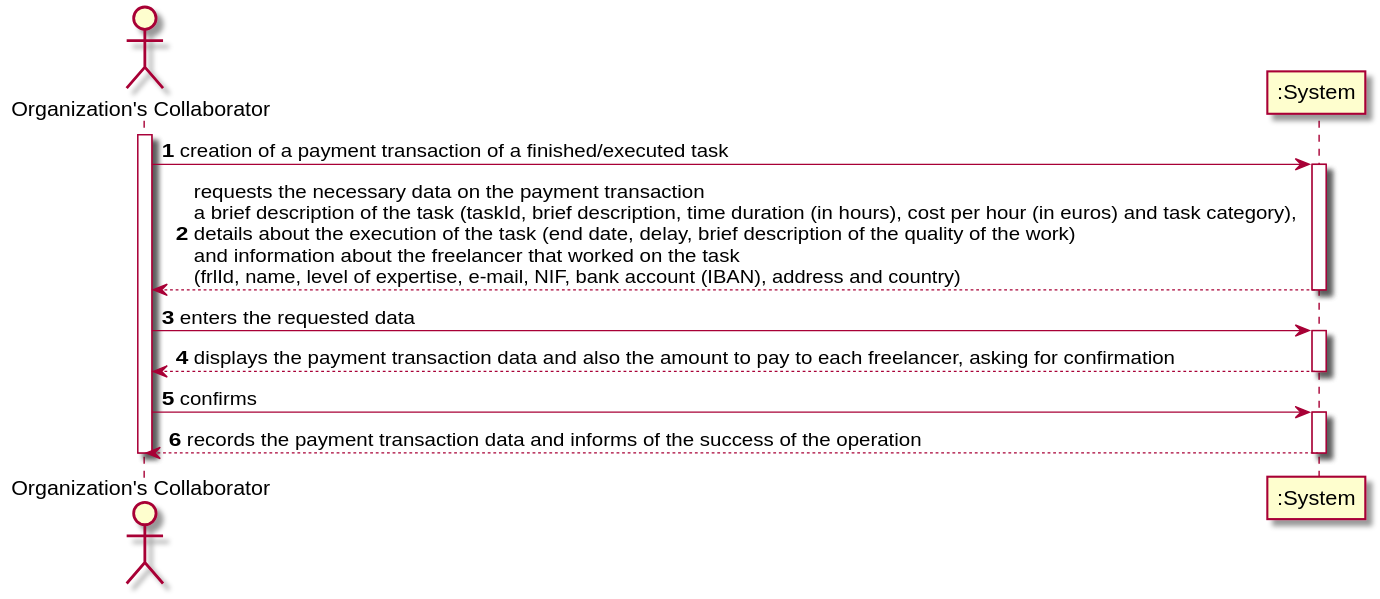
The PlantUML diagram docs/UC3 - Create Payment Transaction/UC3_SSD.svg in pedrolemos4/LAPR2, before a commit. The source it was exported from:
```plantuml
@startuml
autonumber
actor "Organization's Collaborator" as OC

activate OC
OC -> ":System" : creation of a payment transaction of a finished/executed task
activate ":System"
":System" --> OC : requests the necessary data on the payment transaction\na brief description of the task (taskId, brief description, time duration (in hours), cost per hour (in euros) and task category), \ndetails about the execution of the task (end date, delay, brief description of the quality of the work)\nand information about the freelancer that worked on the task \n(frlId, name, level of expertise, e-mail, NIF, bank account (IBAN), address and country)
deactivate ":System"

OC -> ":System" : enters the requested data
activate ":System"
":System" --> OC : displays the payment transaction data and also the amount to pay to each freelancer, asking for confirmation
deactivate ":System"

OC -> ":System" : confirms
activate ":System"
":System" --> OC : records the payment transaction data and informs of the success of the operation
deactivate ":System"

deactivate OC
@enduml
```
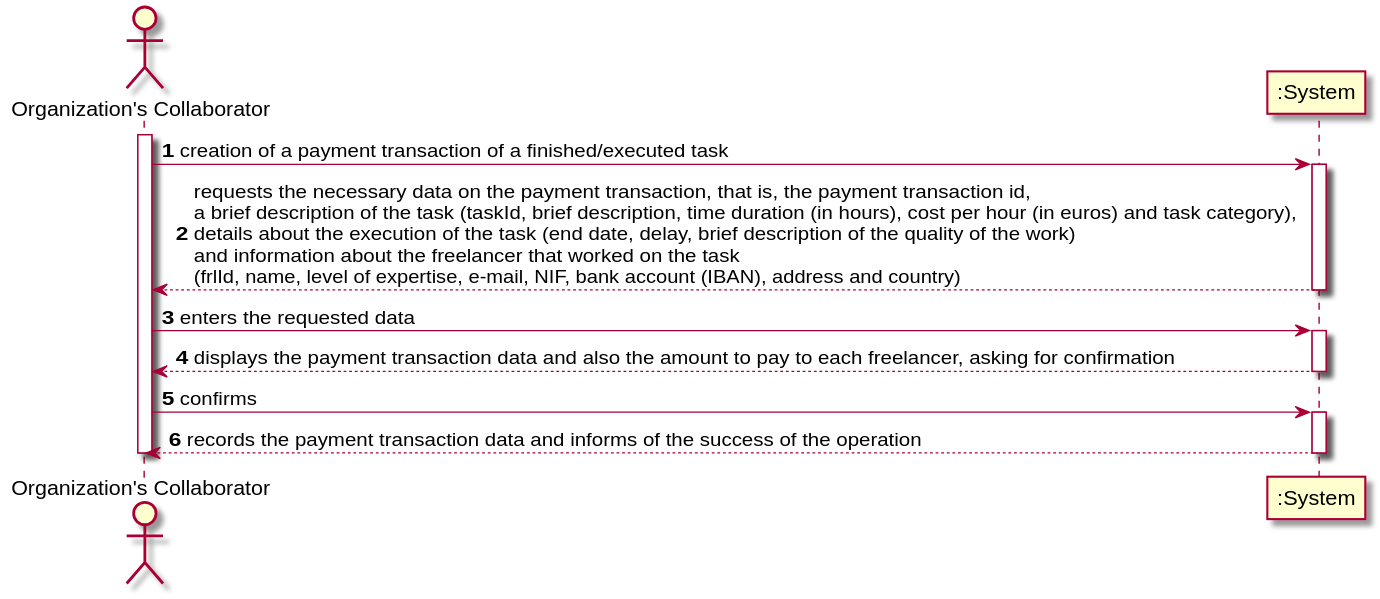
After the commit.

The edit, as a diff of the source:
```diff
@@ -5,7 +5,7 @@
 activate OC
 OC -> ":System" : creation of a payment transaction of a finished/executed task
 activate ":System"
-":System" --> OC : requests the necessary data on the payment transaction\na brief description of the task (taskId, brief description, time duration (in hours), cost per hour (in euros) and task category), \ndetails about the execution of the task (end date, delay, brief description of the quality of the work)\nand information about the freelancer that worked on the task \n(frlId, name, level of expertise, e-mail, NIF, bank account (IBAN), address and country)
+":System" --> OC : requests the necessary data on the payment transaction, that is, the payment transaction id,\na brief description of the task (taskId, brief description, time duration (in hours), cost per hour (in euros) and task category), \ndetails about the execution of the task (end date, delay, brief description of the quality of the work)\nand information about the freelancer that worked on the task \n(frlId, name, level of expertise, e-mail, NIF, bank account (IBAN), address and country)
 deactivate ":System"
 
 OC -> ":System" : enters the requested data
```
